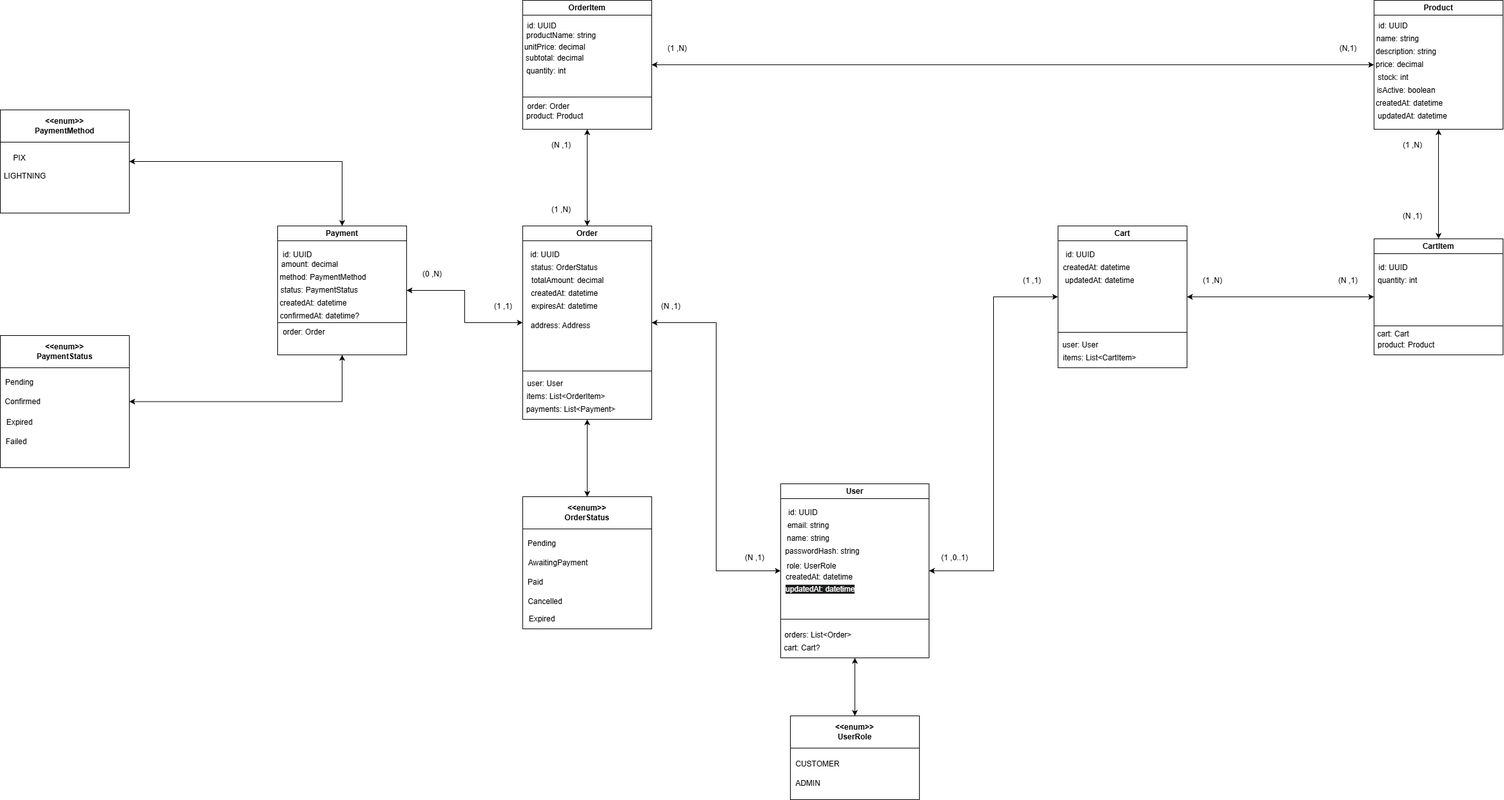
This is docs/domain_model/domain_model.png from matetocoti/e-commerce_project, a draw.io export, as it was before one commit. Source tidied: cells renumbered, new cells last; positions are measured from the earlier drawing's top-left corner, leaving out a move shared by most shapes.
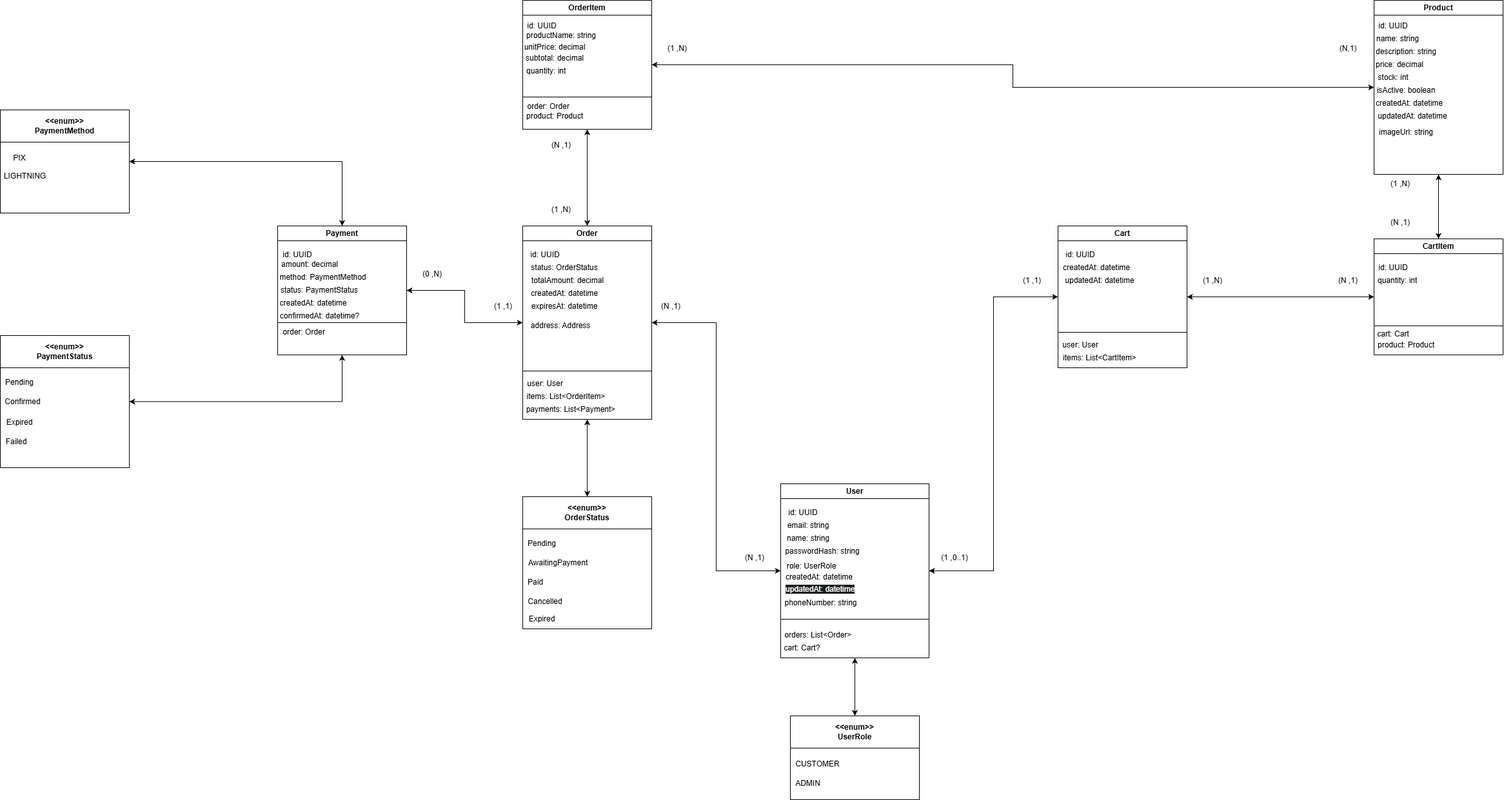
After the change.

Commit message:
docs(domain): reflect new attributes (imageUrl, phoneNumber) in UML diagram

What changed in the source:
```diff
@@ -47,8 +47,11 @@
     <mxCell id="15" value="role: UserRole" style="text;html=1;whiteSpace=wrap;strokeColor=none;fillColor=none;align=center;verticalAlign=middle;rounded=0;" parent="5" vertex="1">
       <mxGeometry x="6" y="115" width="84" height="25" as="geometry" />
     </mxCell>
+    <mxCell id="106" value="phoneNumber: string" style="text;html=1;whiteSpace=wrap;strokeColor=none;fillColor=none;align=center;verticalAlign=middle;rounded=0;" parent="5" vertex="1">
+      <mxGeometry x="5" y="170" width="115" height="30" as="geometry" />
+    </mxCell>
     <mxCell id="16" value="Product" style="swimlane;whiteSpace=wrap;html=1;startSize=23;" parent="1" vertex="1">
-      <mxGeometry x="2130" width="200" height="200" as="geometry" />
+      <mxGeometry x="2130" width="200" height="270" as="geometry" />
     </mxCell>
     <mxCell id="17" value="id: UUID" style="text;html=1;whiteSpace=wrap;strokeColor=none;fillColor=none;align=center;verticalAlign=middle;rounded=0;" parent="16" vertex="1">
       <mxGeometry y="30" width="60" height="20" as="geometry" />
@@ -68,6 +71,9 @@
     <mxCell id="22" value="isActive: boolean" style="text;html=1;whiteSpace=wrap;strokeColor=none;fillColor=none;align=center;verticalAlign=middle;rounded=0;" parent="16" vertex="1">
       <mxGeometry y="130" width="100" height="20" as="geometry" />
     </mxCell>
+    <mxCell id="107" value="imageUrl: string" style="text;html=1;whiteSpace=wrap;strokeColor=none;fillColor=none;align=center;verticalAlign=middle;rounded=0;" parent="16" vertex="1">
+      <mxGeometry y="190" width="100" height="30" as="geometry" />
+    </mxCell>
     <mxCell id="23" style="edgeStyle=orthogonalEdgeStyle;rounded=0;jettySize=auto;html=1;entryX=0;entryY=0.5;entryDx=0;entryDy=0;startArrow=classic;startFill=1;" parent="1" edge="1" source="24" target="31">
       <mxGeometry relative="1" as="geometry" />
     </mxCell>
@@ -235,10 +241,10 @@
       <mxGeometry x="2060" y="420" width="60" height="30" as="geometry" />
     </mxCell>
     <mxCell id="77" value="(N ,1)" style="text;html=1;whiteSpace=wrap;strokeColor=none;fillColor=none;align=center;verticalAlign=middle;rounded=0;" parent="1" vertex="1">
-      <mxGeometry x="2160" y="320" width="60" height="30" as="geometry" />
+      <mxGeometry x="2141" y="330" width="60" height="30" as="geometry" />
     </mxCell>
     <mxCell id="78" value="(1 ,N)" style="text;html=1;whiteSpace=wrap;strokeColor=none;fillColor=none;align=center;verticalAlign=middle;rounded=0;" parent="1" vertex="1">
-      <mxGeometry x="2160" y="210" width="60" height="30" as="geometry" />
+      <mxGeometry x="2141" y="270" width="60" height="30" as="geometry" />
     </mxCell>
     <mxCell id="79" value="(1 ,N)" style="text;html=1;whiteSpace=wrap;strokeColor=none;fillColor=none;align=center;verticalAlign=middle;rounded=0;" parent="1" vertex="1">
       <mxGeometry x="1020" y="60" width="60" height="30" as="geometry" />
```
